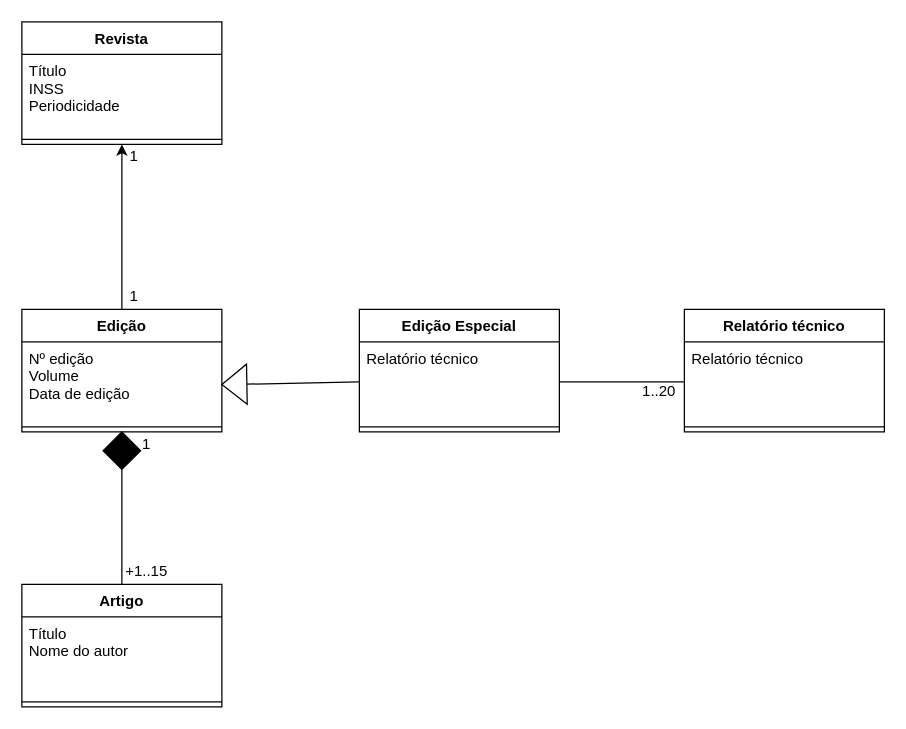
rzargos/modelagem-software keeps this draw.io diagram as Trabalho_Samara.drawio. Above is the earlier version. Source tidied: cells renumbered, new cells numbered last; positions are measured from the earlier drawing's top-left corner, leaving out a move shared by most shapes. Both pictures are drawn from the tidied source at 125%, with x=0, y=0 at pixel (21, 21).
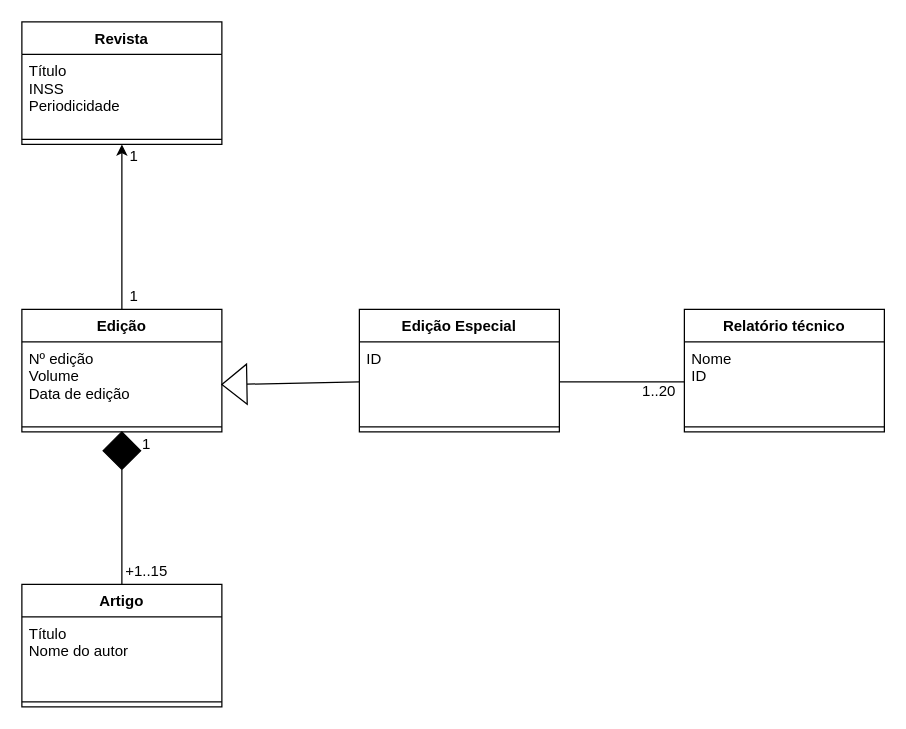
Above is the later version.

Unchanged cells that the change refers to:
```xml
<mxCell id="22" style="triangle;whiteSpace=wrap;html=1;rotation=-181;" parent="1" vertex="1">
  <mxGeometry x="160" y="274" width="20" height="32" as="geometry" />
</mxCell>
<mxCell id="23" value="Relatório técnico" style="swimlane;fontStyle=1;align=center;verticalAlign=top;horizontal=1;startSize=26;" parent="1" vertex="1">
  <mxGeometry x="530" y="230" width="160" height="98" as="geometry" />
</mxCell>
```

Diff of the diagram source:
```diff
@@
-    <mxCell id="11" value="Edição Especial" style="swimlane;fontStyle=1;align=center;verticalAlign=top;horizontal=1;startSize=26;" parent="1" vertex="1">
-      <mxGeometry x="270" y="230" width="160" height="98" as="geometry" />
-    </mxCell>
-    <mxCell id="12" value="Relatório técnico" style="text;strokeColor=none;fillColor=none;align=left;verticalAlign=top;spacingLeft=4;spacingRight=4;overflow=hidden;points=[[0,0.5],[1,0.5]];portConstraint=eastwest;" parent="11" vertex="1">
-      <mxGeometry y="26" width="160" height="64" as="geometry" />
-    </mxCell>
-    <mxCell id="13" style="line;strokeWidth=1;fillColor=none;align=left;verticalAlign=middle;spacingTop=-1;spacingLeft=3;spacingRight=3;labelPosition=right;strokeColor=inherit;" parent="11" vertex="1">
-      <mxGeometry y="90" width="160" height="8" as="geometry" />
-    </mxCell>
@@
-    <mxCell id="21" style="endArrow=none;html=1;rounded=0;entryX=0;entryY=0.5;entryDx=0;entryDy=0;exitX=0;exitY=0.5;exitDx=0;exitDy=0;" parent="1" edge="1" source="22" target="12">
-      <mxGeometry relative="1" as="geometry" />
+    <mxCell id="21" style="endArrow=none;html=1;rounded=0;entryX=0;entryY=0.5;entryDx=0;entryDy=0;exitX=0;exitY=0.5;exitDx=0;exitDy=0;" parent="1" edge="1" source="22">
+      <mxGeometry relative="1" as="geometry">
+        <mxPoint x="270" y="288" as="targetPoint" />
+      </mxGeometry>
     </mxCell>
@@
-    <mxCell id="24" value="Relatório técnico" style="text;strokeColor=none;fillColor=none;align=left;verticalAlign=top;spacingLeft=4;spacingRight=4;overflow=hidden;points=[[0,0.5],[1,0.5]];portConstraint=eastwest;" parent="23" vertex="1">
+    <mxCell id="24" value="Nome&#10;ID" style="text;strokeColor=none;fillColor=none;align=left;verticalAlign=top;spacingLeft=4;spacingRight=4;overflow=hidden;points=[[0,0.5],[1,0.5]];portConstraint=eastwest;" parent="23" vertex="1">
       <mxGeometry y="26" width="160" height="64" as="geometry" />
     </mxCell>
@@
-    <mxCell id="26" style="endArrow=none;html=1;rounded=0;exitX=1;exitY=0.5;exitDx=0;exitDy=0;entryX=0;entryY=0.5;entryDx=0;entryDy=0;" parent="1" edge="1" source="12" target="24">
-      <mxGeometry relative="1" as="geometry" />
+    <mxCell id="26" style="endArrow=none;html=1;rounded=0;exitX=1;exitY=0.5;exitDx=0;exitDy=0;entryX=0;entryY=0.5;entryDx=0;entryDy=0;" parent="1" edge="1" target="24">
+      <mxGeometry relative="1" as="geometry">
+        <mxPoint x="430" y="288" as="sourcePoint" />
+      </mxGeometry>
     </mxCell>
@@
+    <mxCell id="11" value="Edição Especial" style="swimlane;fontStyle=1;align=center;verticalAlign=top;horizontal=1;startSize=26;" parent="1" vertex="1">
+      <mxGeometry x="270" y="230" width="160" height="98" as="geometry" />
+    </mxCell>
+    <mxCell id="29" value="ID" style="text;strokeColor=none;fillColor=none;align=left;verticalAlign=top;spacingLeft=4;spacingRight=4;overflow=hidden;" parent="11" vertex="1">
+      <mxGeometry y="26" width="160" height="64" as="geometry" />
+    </mxCell>
+    <mxCell id="13" style="line;strokeWidth=1;fillColor=none;align=left;verticalAlign=middle;spacingTop=-1;spacingLeft=3;spacingRight=3;labelPosition=right;strokeColor=inherit;" parent="11" vertex="1">
+      <mxGeometry y="90" width="160" height="8" as="geometry" />
+    </mxCell>
```
